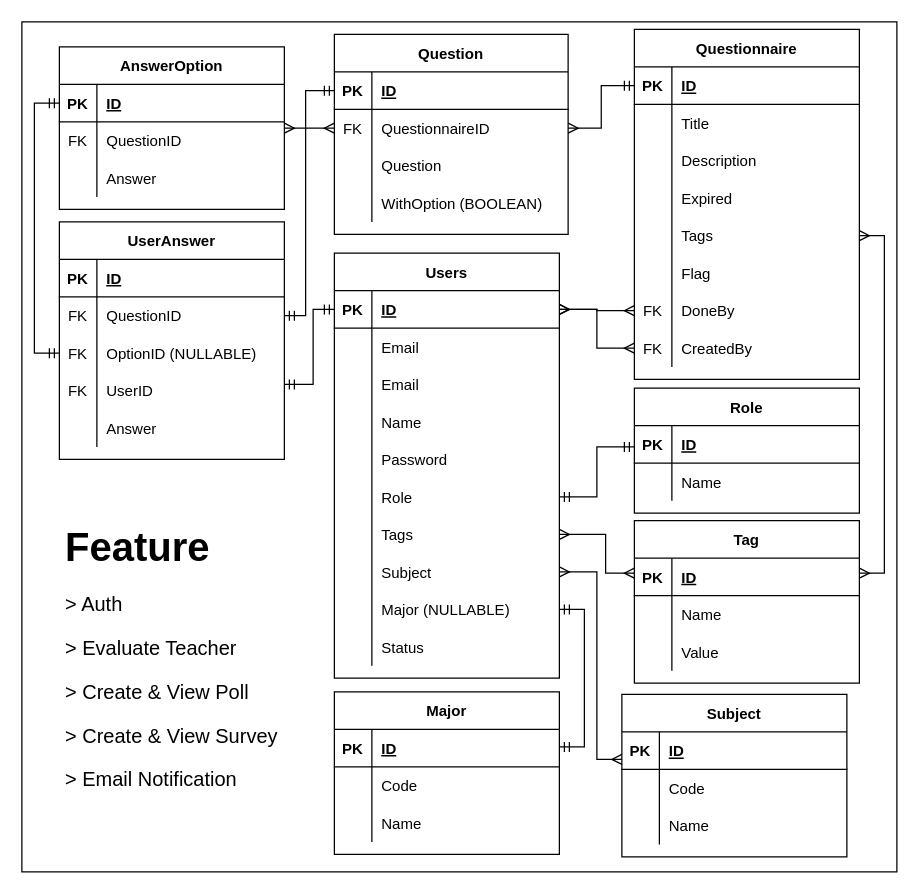
Above: docs/system-requirements/question-board.drawio in syarifs/go-question-board (draw.io), before the change. Source tidied: cells renumbered, new cells numbered last; positions are measured from the earlier drawing's top-left corner, leaving out a move shared by most shapes. Both pictures are drawn from the tidied source at 125%, with x=0, y=0 at pixel (21, 21).
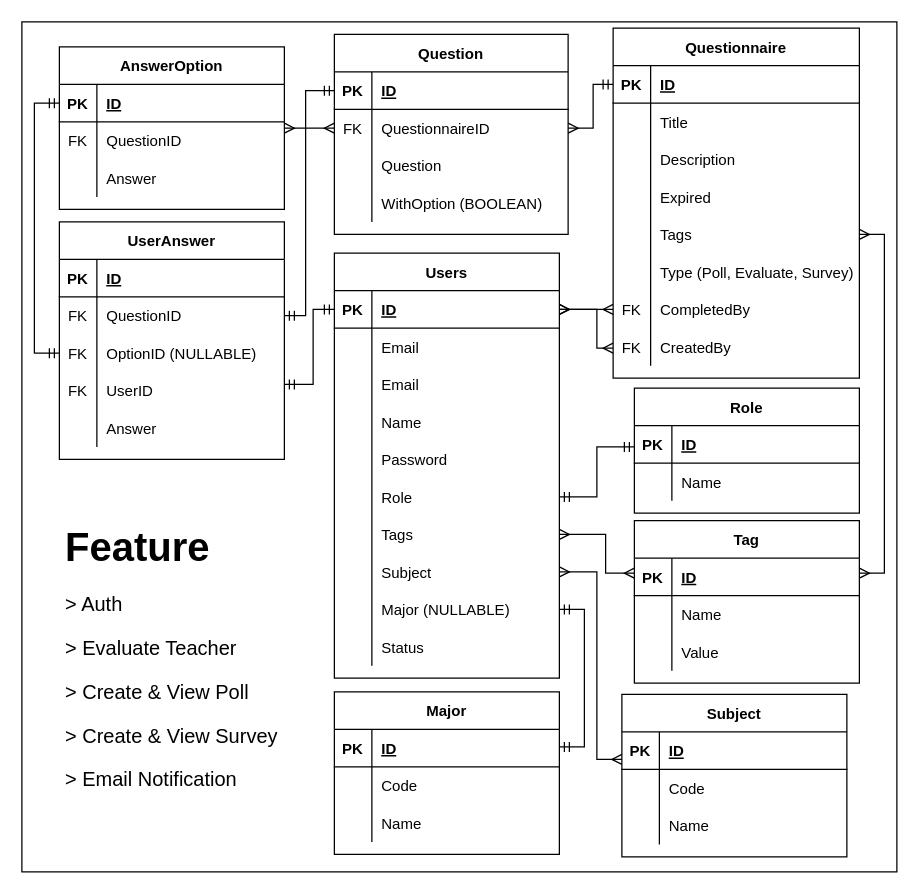
The same diagram, later.

The change refers to these unchanged cells:
```xml
<mxCell id="53" style="shape=tableRow;horizontal=0;startSize=0;swimlaneHead=0;swimlaneBody=0;fillColor=none;points=[[0,0.5],[1,0.5]];portConstraint=eastwest;top=0;left=0;right=0;bottom=1;" parent="52" vertex="1">
  <mxGeometry y="30" width="180" height="30" as="geometry" />
</mxCell>
```

Change to the diagram source:
```diff
@@
     <mxCell id="76" value="Questionnaire" style="shape=table;startSize=30;childLayout=tableLayout;rowLines=0;fontStyle=1;align=center;" parent="1" vertex="1">
-      <mxGeometry x="490" y="6" width="180" height="280" as="geometry" />
+      <mxGeometry x="473" y="5" width="197" height="280" as="geometry" />
     </mxCell>
     <mxCell id="77" style="shape=tableRow;horizontal=0;startSize=0;swimlaneHead=0;swimlaneBody=0;fillColor=none;points=[[0,0.5],[1,0.5]];portConstraint=eastwest;top=0;left=0;right=0;bottom=1;" parent="76" vertex="1">
-      <mxGeometry y="30" width="180" height="30" as="geometry" />
+      <mxGeometry y="30" width="197" height="30" as="geometry" />
     </mxCell>
@@
     <mxCell id="79" value="ID" style="shape=partialRectangle;fillColor=none;top=0;left=0;bottom=0;right=0;align=left;spacingLeft=6;fontStyle=5;overflow=hidden;" parent="77" vertex="1">
-      <mxGeometry x="30" width="150" height="30" as="geometry" />
+      <mxGeometry x="30" width="167" height="30" as="geometry" />
     </mxCell>
     <mxCell id="80" style="shape=tableRow;horizontal=0;startSize=0;swimlaneHead=0;swimlaneBody=0;fillColor=none;top=0;left=0;right=0;bottom=0;" parent="76" vertex="1">
-      <mxGeometry y="60" width="180" height="30" as="geometry" />
+      <mxGeometry y="60" width="197" height="30" as="geometry" />
     </mxCell>
@@
     <mxCell id="82" value="Title" style="shape=partialRectangle;fillColor=none;top=0;left=0;bottom=0;right=0;align=left;spacingLeft=6;overflow=hidden;" parent="80" vertex="1">
-      <mxGeometry x="30" width="150" height="30" as="geometry" />
+      <mxGeometry x="30" width="167" height="30" as="geometry" />
     </mxCell>
     <mxCell id="83" style="shape=tableRow;horizontal=0;startSize=0;swimlaneHead=0;swimlaneBody=0;fillColor=none;top=0;left=0;right=0;bottom=0;" parent="76" vertex="1">
-      <mxGeometry y="90" width="180" height="30" as="geometry" />
+      <mxGeometry y="90" width="197" height="30" as="geometry" />
     </mxCell>
@@
     <mxCell id="85" value="Description" style="shape=partialRectangle;fillColor=none;top=0;left=0;bottom=0;right=0;align=left;spacingLeft=6;overflow=hidden;" parent="83" vertex="1">
-      <mxGeometry x="30" width="150" height="30" as="geometry" />
+      <mxGeometry x="30" width="167" height="30" as="geometry" />
     </mxCell>
     <mxCell id="86" style="shape=tableRow;horizontal=0;startSize=0;swimlaneHead=0;swimlaneBody=0;fillColor=none;top=0;left=0;right=0;bottom=0;" parent="76" vertex="1">
-      <mxGeometry y="120" width="180" height="30" as="geometry" />
+      <mxGeometry y="120" width="197" height="30" as="geometry" />
     </mxCell>
@@
     <mxCell id="88" value="Expired" style="shape=partialRectangle;fillColor=none;top=0;left=0;bottom=0;right=0;align=left;spacingLeft=6;overflow=hidden;" parent="86" vertex="1">
-      <mxGeometry x="30" width="150" height="30" as="geometry" />
+      <mxGeometry x="30" width="167" height="30" as="geometry" />
     </mxCell>
     <mxCell id="89" style="shape=tableRow;horizontal=0;startSize=0;swimlaneHead=0;swimlaneBody=0;fillColor=none;points=[[0,0.5],[1,0.5]];portConstraint=eastwest;top=0;left=0;right=0;bottom=0;" parent="76" vertex="1">
-      <mxGeometry y="150" width="180" height="30" as="geometry" />
+      <mxGeometry y="150" width="197" height="30" as="geometry" />
     </mxCell>
@@
     <mxCell id="91" value="Tags" style="shape=partialRectangle;fillColor=none;top=0;left=0;bottom=0;right=0;align=left;spacingLeft=6;overflow=hidden;" parent="89" vertex="1">
-      <mxGeometry x="30" width="150" height="30" as="geometry" />
+      <mxGeometry x="30" width="167" height="30" as="geometry" />
     </mxCell>
     <mxCell id="92" style="shape=tableRow;horizontal=0;startSize=0;swimlaneHead=0;swimlaneBody=0;fillColor=none;top=0;left=0;right=0;bottom=0;" parent="76" vertex="1">
-      <mxGeometry y="180" width="180" height="30" as="geometry" />
+      <mxGeometry y="180" width="197" height="30" as="geometry" />
     </mxCell>
@@
-    <mxCell id="94" value="Flag" style="shape=partialRectangle;fillColor=none;top=0;left=0;bottom=0;right=0;align=left;spacingLeft=6;overflow=hidden;" parent="92" vertex="1">
-      <mxGeometry x="30" width="150" height="30" as="geometry" />
+    <mxCell id="94" value="Type (Poll, Evaluate, Survey)" style="shape=partialRectangle;fillColor=none;top=0;left=0;bottom=0;right=0;align=left;spacingLeft=6;overflow=hidden;" parent="92" vertex="1">
+      <mxGeometry x="30" width="167" height="30" as="geometry" />
     </mxCell>
     <mxCell id="95" style="shape=tableRow;horizontal=0;startSize=0;swimlaneHead=0;swimlaneBody=0;fillColor=none;points=[[0,0.5],[1,0.5]];portConstraint=eastwest;top=0;left=0;right=0;bottom=0;" parent="76" vertex="1">
-      <mxGeometry y="210" width="180" height="30" as="geometry" />
+      <mxGeometry y="210" width="197" height="30" as="geometry" />
     </mxCell>
@@
-    <mxCell id="97" value="DoneBy" style="shape=partialRectangle;fillColor=none;top=0;left=0;bottom=0;right=0;align=left;spacingLeft=6;overflow=hidden;" parent="95" vertex="1">
-      <mxGeometry x="30" width="150" height="30" as="geometry" />
+    <mxCell id="97" value="CompletedBy" style="shape=partialRectangle;fillColor=none;top=0;left=0;bottom=0;right=0;align=left;spacingLeft=6;overflow=hidden;" parent="95" vertex="1">
+      <mxGeometry x="30" width="167" height="30" as="geometry" />
     </mxCell>
     <mxCell id="98" style="shape=tableRow;horizontal=0;startSize=0;swimlaneHead=0;swimlaneBody=0;fillColor=none;points=[[0,0.5],[1,0.5]];portConstraint=eastwest;top=0;left=0;right=0;bottom=0;" parent="76" vertex="1">
-      <mxGeometry y="240" width="180" height="30" as="geometry" />
+      <mxGeometry y="240" width="197" height="30" as="geometry" />
     </mxCell>
@@
     <mxCell id="100" value="CreatedBy" style="shape=partialRectangle;fillColor=none;top=0;left=0;bottom=0;right=0;align=left;spacingLeft=6;overflow=hidden;" parent="98" vertex="1">
-      <mxGeometry x="30" width="150" height="30" as="geometry" />
+      <mxGeometry x="30" width="167" height="30" as="geometry" />
     </mxCell>
@@
     <mxCell id="125" style="edgeStyle=orthogonalEdgeStyle;rounded=0;jettySize=auto;html=1;startArrow=ERmany;startFill=0;endArrow=ERmany;endFill=0;exitX=1;exitY=0.5;exitDx=0;exitDy=0;" parent="1" edge="1" source="89" target="53">
       <mxGeometry relative="1" as="geometry">
         <Array as="points">
-          <mxPoint x="690" y="171" />
+          <mxPoint x="690" y="170" />
           <mxPoint x="690" y="441" />
         </Array>
       </mxGeometry>
     </mxCell>
```
